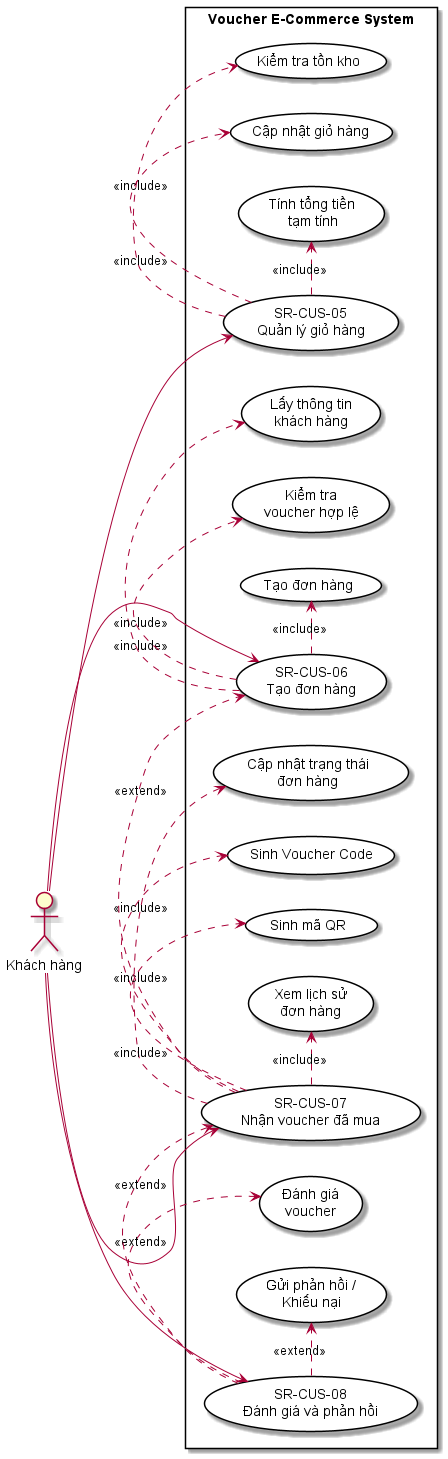
Earlier version of the PlantUML export diagram/system/khach_hang_Bao.png (Ngo-The-Dat/e-voucher-system). Its diagram source:
```plantuml
@startuml
left to right direction
skinparam packageStyle rectangle
skinparam usecase {
    BackgroundColor White
    BorderColor Black
}

actor "Khách hàng" as Customer

rectangle "Voucher E-Commerce System" {

    usecase "SR-CUS-05\nQuản lý giỏ hàng" as UC05
    usecase "Kiểm tra tồn kho" as UC051
    usecase "Cập nhật giỏ hàng" as UC052
    usecase "Tính tổng tiền\n tạm tính" as UC053

    usecase "SR-CUS-06\nTạo đơn hàng" as UC06
    usecase "Lấy thông tin\nkhách hàng" as UC061
    usecase "Kiểm tra\nvoucher hợp lệ" as UC062
    usecase "Tạo đơn hàng" as UC063

    usecase "SR-CUS-07\nNhận voucher đã mua" as UC07
    usecase "Cập nhật trạng thái\nđơn hàng" as UC071
    usecase "Sinh Voucher Code" as UC072
    usecase "Sinh mã QR" as UC073
    usecase "Xem lịch sử\nđơn hàng" as UC074

    usecase "SR-CUS-08\nĐánh giá và phản hồi" as UC08
    usecase "Đánh giá\nvoucher" as UC081
    usecase "Gửi phản hồi /\nKhiếu nại" as UC082
}

Customer --> UC05
Customer --> UC06
Customer --> UC07
Customer --> UC08

UC05 .> UC051 : <<include>>
UC05 .> UC052 : <<include>>
UC05 .> UC053 : <<include>>


UC06 .> UC061 : <<include>>
UC06 .> UC062 : <<include>>
UC06 .> UC063 : <<include>>

UC07 .> UC071 : <<include>>
UC07 .> UC072 : <<include>>
UC07 .> UC073 : <<include>>
UC07 .> UC074 : <<include>>

UC08 .> UC081 : <<extend>>
UC08 .> UC082 : <<extend>>

UC07 .> UC06 : <<extend>>
UC08 .> UC07 : <<extend>>

@enduml
```
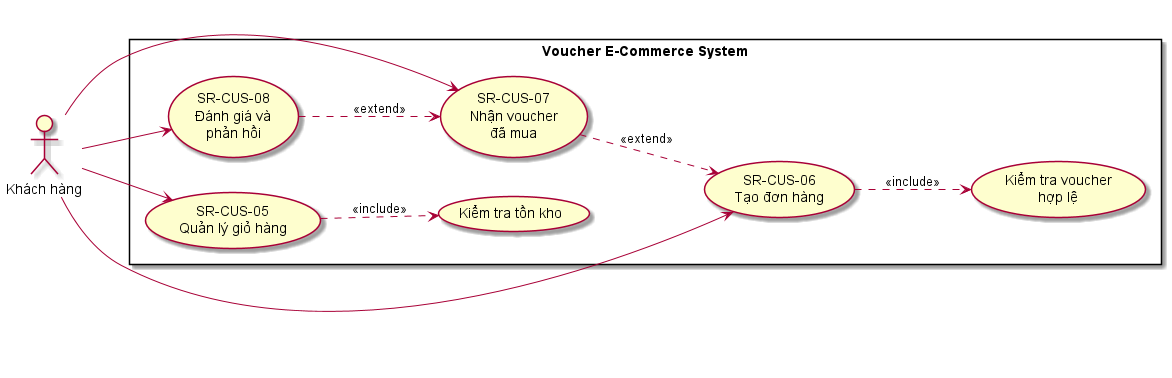
The same diagram one commit later.

Commit message:
fix: business and system use case diagrams for customer

What changed in the source:
```diff
@@ -1,10 +1,5 @@
 @startuml
 left to right direction
-skinparam packageStyle rectangle
-skinparam usecase {
-    BackgroundColor White
-    BorderColor Black
-}
 
 actor "Khách hàng" as Customer
 
@@ -12,23 +7,13 @@
 
     usecase "SR-CUS-05\nQuản lý giỏ hàng" as UC05
     usecase "Kiểm tra tồn kho" as UC051
-    usecase "Cập nhật giỏ hàng" as UC052
-    usecase "Tính tổng tiền\n tạm tính" as UC053
 
     usecase "SR-CUS-06\nTạo đơn hàng" as UC06
-    usecase "Lấy thông tin\nkhách hàng" as UC061
-    usecase "Kiểm tra\nvoucher hợp lệ" as UC062
-    usecase "Tạo đơn hàng" as UC063
+    usecase "Kiểm tra voucher\nhợp lệ" as UC061
 
-    usecase "SR-CUS-07\nNhận voucher đã mua" as UC07
-    usecase "Cập nhật trạng thái\nđơn hàng" as UC071
-    usecase "Sinh Voucher Code" as UC072
-    usecase "Sinh mã QR" as UC073
-    usecase "Xem lịch sử\nđơn hàng" as UC074
+    usecase "SR-CUS-07\nNhận voucher\nđã mua" as UC07
 
-    usecase "SR-CUS-08\nĐánh giá và phản hồi" as UC08
-    usecase "Đánh giá\nvoucher" as UC081
-    usecase "Gửi phản hồi /\nKhiếu nại" as UC082
+    usecase "SR-CUS-08\nĐánh giá và\nphản hồi" as UC08
 }
 
 Customer --> UC05
@@ -36,24 +21,10 @@
 Customer --> UC07
 Customer --> UC08
 
-UC05 .> UC051 : <<include>>
-UC05 .> UC052 : <<include>>
-UC05 .> UC053 : <<include>>
+UC05 ..> UC051 : <<include>>
+UC06 ..> UC061 : <<include>>
 
-
-UC06 .> UC061 : <<include>>
-UC06 .> UC062 : <<include>>
-UC06 .> UC063 : <<include>>
-
-UC07 .> UC071 : <<include>>
-UC07 .> UC072 : <<include>>
-UC07 .> UC073 : <<include>>
-UC07 .> UC074 : <<include>>
-
-UC08 .> UC081 : <<extend>>
-UC08 .> UC082 : <<extend>>
-
-UC07 .> UC06 : <<extend>>
-UC08 .> UC07 : <<extend>>
+UC07 ..> UC06 : <<extend>>
+UC08 ..> UC07 : <<extend>>
 
 @enduml
```
